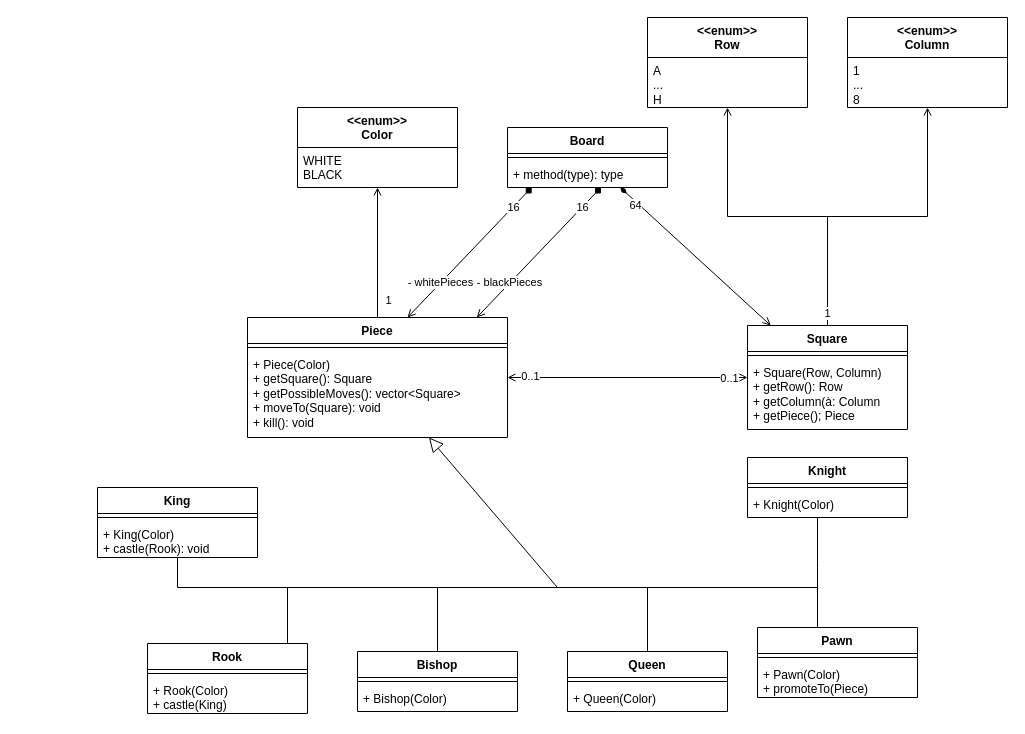
Above: Class diagram.drawio in MonsieurMK/CppChess (draw.io), before the change. Source tidied: cells renumbered, new cells numbered last; positions are measured from the earlier drawing's top-left corner, leaving out a move shared by most shapes. Both pictures are drawn from the tidied source at 100%, with x=0, y=0 at pixel (97, 17).
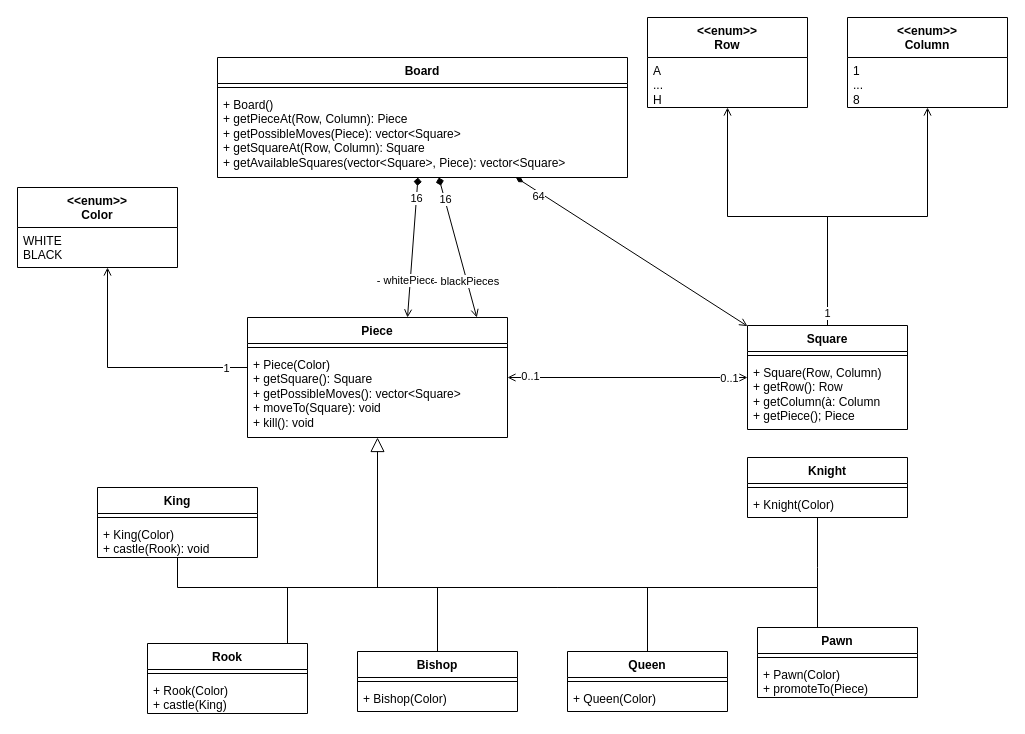
Above is the later version.

Unchanged cells that the change refers to:
```xml
<mxCell id="7" value="Piece" style="swimlane;fontStyle=1;align=center;verticalAlign=top;horizontal=1;startSize=26;whiteSpace=wrap;html=1;" parent="1" vertex="1">
  <mxGeometry x="150" y="300" width="260" height="120" as="geometry" />
</mxCell>
```

Diff of the diagram source:
```diff
@@
     <mxCell id="2" style="edgeStyle=orthogonalEdgeStyle;rounded=0;jettySize=auto;html=1;endArrow=open;endFill=0;" parent="1" edge="1" source="7" target="35">
-      <mxGeometry relative="1" as="geometry" />
+      <mxGeometry relative="1" as="geometry">
+        <Array as="points">
+          <mxPoint x="10" y="350" />
+        </Array>
+      </mxGeometry>
     </mxCell>
@@
     <mxCell id="29" style="edgeStyle=none;html=1;endSize=12;endArrow=block;endFill=0;rounded=0;" parent="1" edge="1" target="7">
       <mxGeometry relative="1" as="geometry">
-        <mxPoint x="460" y="570" as="sourcePoint" />
+        <mxPoint x="280" y="570" as="sourcePoint" />
       </mxGeometry>
     </mxCell>
@@
     <mxCell id="35" value="&lt;div&gt;&amp;lt;&amp;lt;enum&amp;gt;&amp;gt;&lt;/div&gt;&lt;div&gt;Color&lt;br&gt;&lt;/div&gt;" style="swimlane;fontStyle=1;align=center;verticalAlign=top;horizontal=1;startSize=40;whiteSpace=wrap;html=1;" parent="1" vertex="1">
-      <mxGeometry x="200" y="90" width="160" height="80" as="geometry" />
+      <mxGeometry x="-80" y="170" width="160" height="80" as="geometry" />
     </mxCell>
@@
-    <mxCell id="47" style="rounded=0;orthogonalLoop=1;jettySize=auto;html=1;startArrow=diamond;startFill=1;endArrow=open;endFill=0;" parent="1" edge="1">
+    <mxCell id="47" style="rounded=0;jettySize=auto;html=1;startArrow=diamond;startFill=1;endArrow=open;endFill=0;" parent="1" edge="1" source="50">
       <mxGeometry relative="1" as="geometry">
-        <mxPoint x="434.1" y="170" as="sourcePoint" />
         <mxPoint x="310" y="300" as="targetPoint" />
       </mxGeometry>
     </mxCell>
@@
     <mxCell id="50" value="Board" style="swimlane;fontStyle=1;align=center;verticalAlign=top;horizontal=1;startSize=26;whiteSpace=wrap;html=1;" parent="1" vertex="1">
-      <mxGeometry x="410" y="110" width="160" height="60" as="geometry" />
+      <mxGeometry x="120" y="40" width="410" height="120" as="geometry" />
     </mxCell>
     <mxCell id="51" style="line;strokeWidth=1;fillColor=none;align=left;verticalAlign=middle;spacingTop=-1;spacingLeft=3;spacingRight=3;labelPosition=right;strokeColor=inherit;" parent="50" vertex="1">
-      <mxGeometry y="26" width="160" height="8" as="geometry" />
+      <mxGeometry y="26" width="410" height="8" as="geometry" />
     </mxCell>
-    <mxCell id="52" value="+ method(type): type" style="text;strokeColor=none;fillColor=none;align=left;verticalAlign=top;spacingLeft=4;spacingRight=4;overflow=hidden;whiteSpace=wrap;html=1;" parent="50" vertex="1">
-      <mxGeometry y="34" width="160" height="26" as="geometry" />
+    <mxCell id="52" value="&lt;div&gt;+ Board()&lt;/div&gt;&lt;div&gt;+ getPieceAt(Row, Column): Piece&lt;br&gt;&lt;/div&gt;&lt;div&gt;+ getPossibleMoves(Piece): vector&amp;lt;Square&amp;gt;&lt;br&gt;&lt;/div&gt;&lt;div&gt;+ getSquareAt(Row, Column): Square&lt;/div&gt;&lt;div&gt;+&amp;nbsp;getAvailableSquares(vector&amp;lt;Square&amp;gt;, Piece): vector&amp;lt;Square&amp;gt;&lt;br&gt;&lt;/div&gt;" style="text;strokeColor=none;fillColor=none;align=left;verticalAlign=top;spacingLeft=4;spacingRight=4;overflow=hidden;whiteSpace=wrap;html=1;" parent="50" vertex="1">
+      <mxGeometry y="34" width="410" height="86" as="geometry" />
     </mxCell>
@@
-    <mxCell id="55" style="rounded=0;orthogonalLoop=1;jettySize=auto;html=1;startArrow=diamond;startFill=1;endArrow=open;endFill=0;" parent="1" edge="1">
+    <mxCell id="55" style="rounded=0;jettySize=auto;html=1;startArrow=diamond;startFill=1;endArrow=open;endFill=0;" parent="1" edge="1" source="50">
       <mxGeometry relative="1" as="geometry">
-        <mxPoint x="503.4" y="170" as="sourcePoint" />
         <mxPoint x="379.3" y="300" as="targetPoint" />
       </mxGeometry>
     </mxCell>
```
